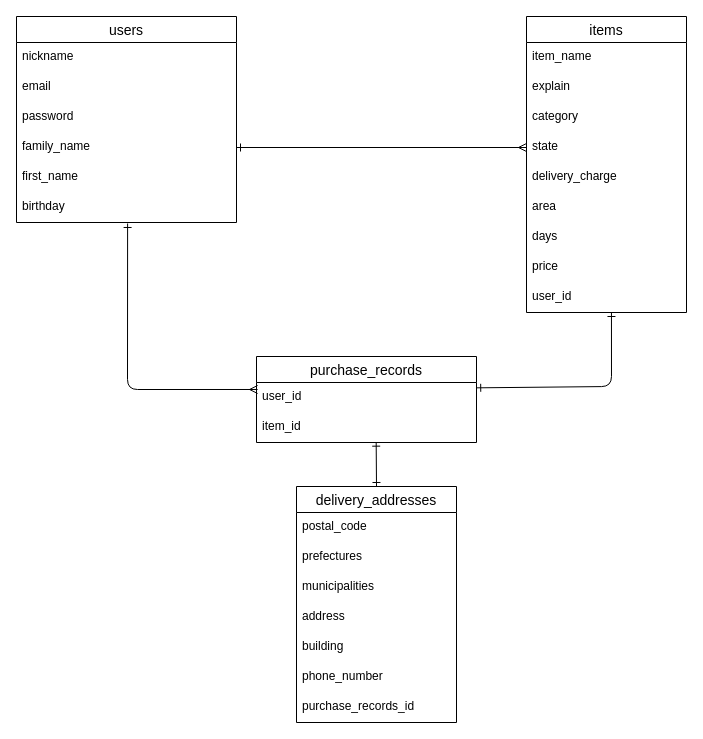
This is ER.dio from shindo244244/furima-38732, a draw.io file, before an edit. Source tidied: cells renumbered, new cells numbered last; positions are measured from the earlier drawing's top-left corner, leaving out a move shared by most shapes. Both pictures are drawn from the tidied source at 100%, with x=0, y=0 at pixel (16, 16).
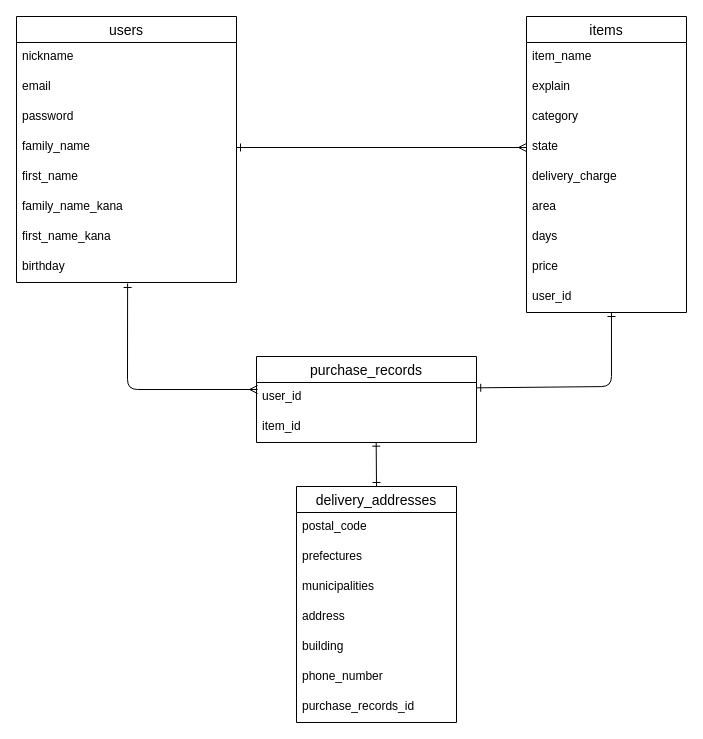
The same page after the edit.

Commit message:
データベース設計修正1

Change to the diagram source:
```diff
@@
     <mxCell id="2" value="users" style="swimlane;fontStyle=0;horizontal=1;startSize=26;align=center;fontSize=14;" parent="1" vertex="1">
-      <mxGeometry width="220" height="206" as="geometry" />
+      <mxGeometry width="220" height="266" as="geometry" />
     </mxCell>
@@
+    <mxCell id="34" value="first_name" style="text;strokeColor=none;fillColor=none;spacingLeft=4;spacingRight=4;overflow=hidden;fontSize=12;" parent="2" vertex="1">
+      <mxGeometry y="146" width="220" height="30" as="geometry" />
+    </mxCell>
-    <mxCell id="7" value="first_name" style="text;strokeColor=none;fillColor=none;spacingLeft=4;spacingRight=4;overflow=hidden;fontSize=12;" parent="2" vertex="1">
-      <mxGeometry y="146" width="220" height="30" as="geometry" />
+    <mxCell id="7" value="family_name_kana" style="text;strokeColor=none;fillColor=none;spacingLeft=4;spacingRight=4;overflow=hidden;fontSize=12;" parent="2" vertex="1">
+      <mxGeometry y="176" width="220" height="30" as="geometry" />
     </mxCell>
+    <mxCell id="35" value="first_name_kana" style="text;strokeColor=none;fillColor=none;spacingLeft=4;spacingRight=4;overflow=hidden;fontSize=12;" parent="2" vertex="1">
+      <mxGeometry y="206" width="220" height="30" as="geometry" />
+    </mxCell>
     <mxCell id="8" value="birthday" style="text;strokeColor=none;fillColor=none;spacingLeft=4;spacingRight=4;overflow=hidden;points=[[0,0.5],[1,0.5]];portConstraint=eastwest;fontSize=12;" parent="2" vertex="1">
-      <mxGeometry y="176" width="220" height="30" as="geometry" />
+      <mxGeometry y="236" width="220" height="30" as="geometry" />
     </mxCell>
```
